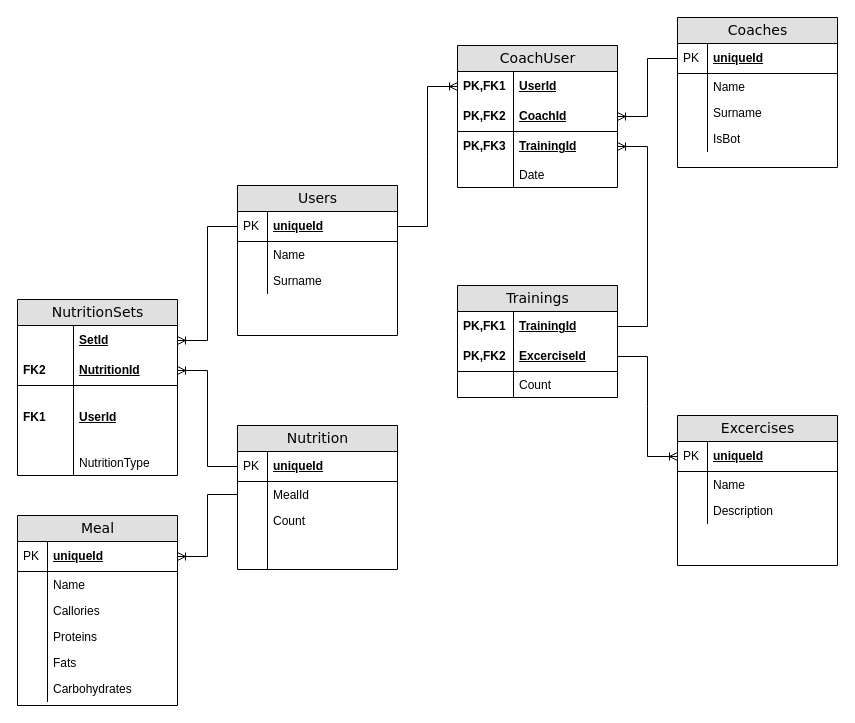
lasm16/Diagrams keeps this draw.io diagram as otus.csharp.dev/Диаграмма без названия.drawio. Above is the earlier version. Source tidied: cells renumbered, new cells numbered last; positions are measured from the earlier drawing's top-left corner, leaving out a move shared by most shapes. Both pictures are drawn from the tidied source at 100%, with x=0, y=0 at pixel (17, 17).
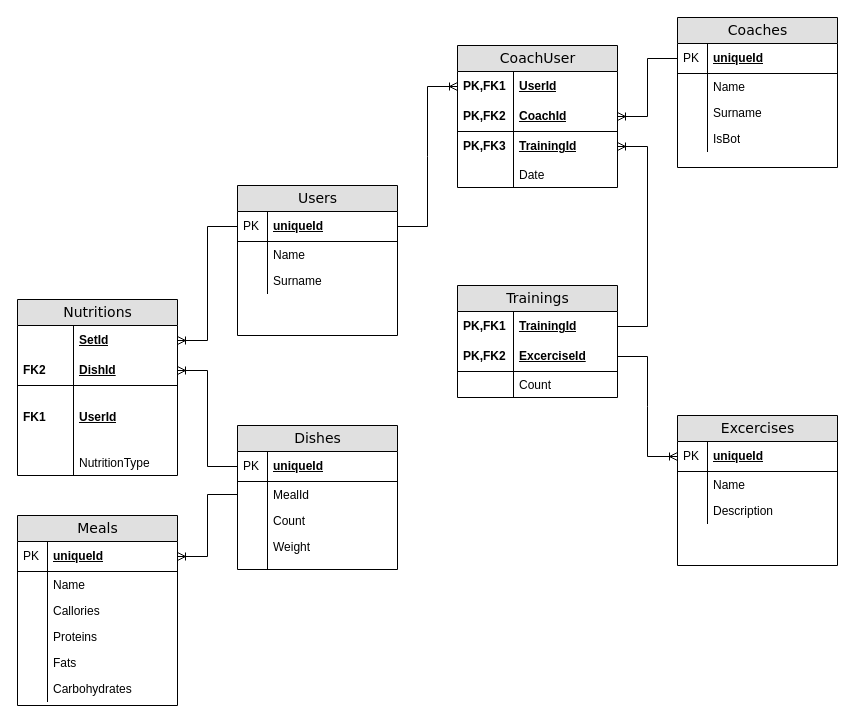
Above is the later version.

What changed in the source:
```diff
@@
-    <mxCell id="2" value="NutritionSets" style="swimlane;html=1;fontStyle=0;horizontal=1;startSize=26;fillColor=#e0e0e0;swimlaneFillColor=#ffffff;align=center;rounded=0;shadow=0;comic=0;labelBackgroundColor=none;strokeWidth=1;fontFamily=Verdana;fontSize=14;" parent="1" vertex="1">
+    <mxCell id="2" value="Nutritions" style="swimlane;html=1;fontStyle=0;horizontal=1;startSize=26;fillColor=#e0e0e0;swimlaneFillColor=#ffffff;align=center;rounded=0;shadow=0;comic=0;labelBackgroundColor=none;strokeWidth=1;fontFamily=Verdana;fontSize=14;" parent="1" vertex="1">
       <mxGeometry y="282" width="160" height="176" as="geometry" />
     </mxCell>
@@
-    <mxCell id="5" value="NutritionId" style="shape=partialRectangle;top=0;left=0;right=0;bottom=1;html=1;align=left;verticalAlign=middle;fillColor=none;spacingLeft=60;spacingRight=4;whiteSpace=wrap;overflow=hidden;points=[[0,0.5],[1,0.5]];portConstraint=eastwest;fontStyle=5;" parent="2" vertex="1">
+    <mxCell id="5" value="DishId" style="shape=partialRectangle;top=0;left=0;right=0;bottom=1;html=1;align=left;verticalAlign=middle;fillColor=none;spacingLeft=60;spacingRight=4;whiteSpace=wrap;overflow=hidden;points=[[0,0.5],[1,0.5]];portConstraint=eastwest;fontStyle=5;" parent="2" vertex="1">
       <mxGeometry y="56" width="160" height="30" as="geometry" />
     </mxCell>
@@
-    <mxCell id="11" value="Nutrition" style="swimlane;html=1;fontStyle=0;horizontal=1;startSize=26;fillColor=#e0e0e0;swimlaneFillColor=#ffffff;align=center;rounded=0;shadow=0;comic=0;labelBackgroundColor=none;strokeWidth=1;fontFamily=Verdana;fontSize=14;swimlaneLine=1;" parent="1" vertex="1">
+    <mxCell id="11" value="Dishes" style="swimlane;html=1;fontStyle=0;horizontal=1;startSize=26;fillColor=#e0e0e0;swimlaneFillColor=#ffffff;align=center;rounded=0;shadow=0;comic=0;labelBackgroundColor=none;strokeWidth=1;fontFamily=Verdana;fontSize=14;swimlaneLine=1;" parent="1" vertex="1">
       <mxGeometry x="220" y="408" width="160" height="144" as="geometry" />
     </mxCell>
@@
-    <mxCell id="18" style="shape=partialRectangle;top=0;left=0;right=0;bottom=0;html=1;align=left;verticalAlign=top;fillColor=none;spacingLeft=34;spacingRight=4;whiteSpace=wrap;overflow=hidden;" parent="11" vertex="1">
+    <mxCell id="18" value="Weight" style="shape=partialRectangle;top=0;left=0;right=0;bottom=0;html=1;align=left;verticalAlign=top;fillColor=none;spacingLeft=34;spacingRight=4;whiteSpace=wrap;overflow=hidden;" parent="11" vertex="1">
       <mxGeometry y="108" width="160" height="30" as="geometry" />
     </mxCell>
@@
-    <mxCell id="59" value="Meal" style="swimlane;html=1;fontStyle=0;horizontal=1;startSize=26;fillColor=#e0e0e0;swimlaneFillColor=#ffffff;align=center;rounded=0;shadow=0;comic=0;labelBackgroundColor=none;strokeWidth=1;fontFamily=Verdana;fontSize=14;" parent="1" vertex="1">
+    <mxCell id="59" value="Meals" style="swimlane;html=1;fontStyle=0;horizontal=1;startSize=26;fillColor=#e0e0e0;swimlaneFillColor=#ffffff;align=center;rounded=0;shadow=0;comic=0;labelBackgroundColor=none;strokeWidth=1;fontFamily=Verdana;fontSize=14;" parent="1" vertex="1">
       <mxGeometry y="498" width="160" height="190" as="geometry" />
     </mxCell>
```
